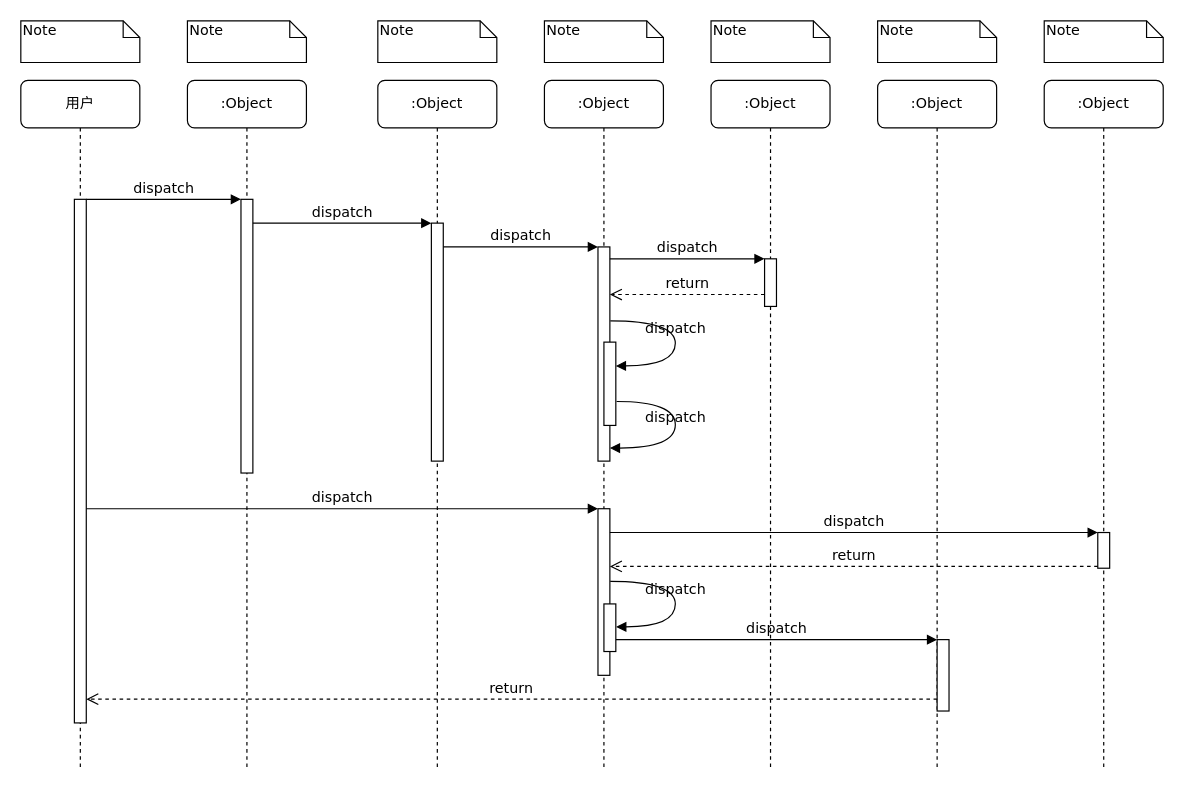
This is Untitled Diagram.drawio from makewheels/diagrams.net, a draw.io file, before an edit. Source tidied: cells renumbered, new cells numbered last; positions are measured from the earlier drawing's top-left corner, leaving out a move shared by most shapes. Both pictures are drawn from the tidied source at 119%, with x=0, y=0 at pixel (20, 20).
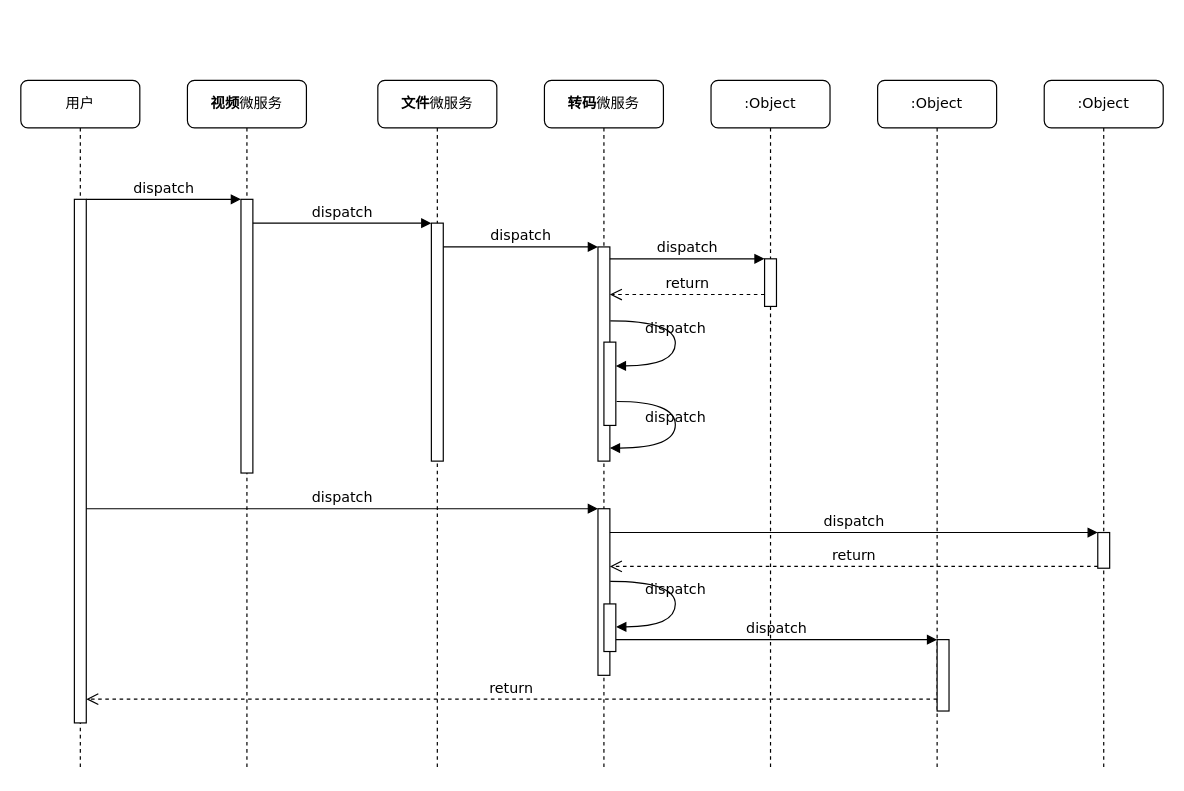
The same page after the edit.

Diff of the diagram source:
```diff
@@
-    <mxCell id="2" value=":Object" style="shape=umlLifeline;perimeter=lifelinePerimeter;whiteSpace=wrap;html=1;rounded=1;shadow=0;comic=0;labelBackgroundColor=none;strokeWidth=1;fontFamily=Verdana;fontSize=12;align=center;" parent="1" vertex="1">
+    <mxCell id="2" value="&lt;b&gt;视频&lt;/b&gt;微服务" style="shape=umlLifeline;perimeter=lifelinePerimeter;whiteSpace=wrap;html=1;rounded=1;shadow=0;comic=0;labelBackgroundColor=none;strokeWidth=1;fontFamily=Verdana;fontSize=12;align=center;" parent="1" vertex="1">
       <mxGeometry x="140" y="50" width="100" height="580" as="geometry" />
     </mxCell>
@@
-    <mxCell id="4" value=":Object" style="shape=umlLifeline;perimeter=lifelinePerimeter;whiteSpace=wrap;html=1;rounded=1;shadow=0;comic=0;labelBackgroundColor=none;strokeWidth=1;fontFamily=Verdana;fontSize=12;align=center;" parent="1" vertex="1">
+    <mxCell id="4" value="&lt;b&gt;文件&lt;/b&gt;微服务" style="shape=umlLifeline;perimeter=lifelinePerimeter;whiteSpace=wrap;html=1;rounded=1;shadow=0;comic=0;labelBackgroundColor=none;strokeWidth=1;fontFamily=Verdana;fontSize=12;align=center;" parent="1" vertex="1">
       <mxGeometry x="300" y="50" width="100" height="580" as="geometry" />
     </mxCell>
@@
-    <mxCell id="6" value=":Object" style="shape=umlLifeline;perimeter=lifelinePerimeter;whiteSpace=wrap;html=1;rounded=1;shadow=0;comic=0;labelBackgroundColor=none;strokeWidth=1;fontFamily=Verdana;fontSize=12;align=center;" parent="1" vertex="1">
+    <mxCell id="6" value="&lt;b&gt;转码&lt;/b&gt;微服务" style="shape=umlLifeline;perimeter=lifelinePerimeter;whiteSpace=wrap;html=1;rounded=1;shadow=0;comic=0;labelBackgroundColor=none;strokeWidth=1;fontFamily=Verdana;fontSize=12;align=center;" parent="1" vertex="1">
       <mxGeometry x="440" y="50" width="100" height="580" as="geometry" />
     </mxCell>
@@
-    <mxCell id="32" value="Note" style="shape=note;whiteSpace=wrap;html=1;size=14;verticalAlign=top;align=left;spacingTop=-6;rounded=0;shadow=0;comic=0;labelBackgroundColor=none;strokeWidth=1;fontFamily=Verdana;fontSize=12;" parent="1" vertex="1">
-      <mxGeometry width="100" height="35" as="geometry" />
-    </mxCell>
-    <mxCell id="33" value="Note" style="shape=note;whiteSpace=wrap;html=1;size=14;verticalAlign=top;align=left;spacingTop=-6;rounded=0;shadow=0;comic=0;labelBackgroundColor=none;strokeWidth=1;fontFamily=Verdana;fontSize=12;" parent="1" vertex="1">
-      <mxGeometry x="140" width="100" height="35" as="geometry" />
-    </mxCell>
-    <mxCell id="34" value="Note" style="shape=note;whiteSpace=wrap;html=1;size=14;verticalAlign=top;align=left;spacingTop=-6;rounded=0;shadow=0;comic=0;labelBackgroundColor=none;strokeWidth=1;fontFamily=Verdana;fontSize=12;" parent="1" vertex="1">
-      <mxGeometry x="300" width="100" height="35" as="geometry" />
-    </mxCell>
-    <mxCell id="35" value="Note" style="shape=note;whiteSpace=wrap;html=1;size=14;verticalAlign=top;align=left;spacingTop=-6;rounded=0;shadow=0;comic=0;labelBackgroundColor=none;strokeWidth=1;fontFamily=Verdana;fontSize=12;" parent="1" vertex="1">
-      <mxGeometry x="440" width="100" height="35" as="geometry" />
-    </mxCell>
-    <mxCell id="36" value="Note" style="shape=note;whiteSpace=wrap;html=1;size=14;verticalAlign=top;align=left;spacingTop=-6;rounded=0;shadow=0;comic=0;labelBackgroundColor=none;strokeWidth=1;fontFamily=Verdana;fontSize=12;" parent="1" vertex="1">
-      <mxGeometry x="580" width="100" height="35" as="geometry" />
-    </mxCell>
-    <mxCell id="37" value="Note" style="shape=note;whiteSpace=wrap;html=1;size=14;verticalAlign=top;align=left;spacingTop=-6;rounded=0;shadow=0;comic=0;labelBackgroundColor=none;strokeWidth=1;fontFamily=Verdana;fontSize=12;" parent="1" vertex="1">
-      <mxGeometry x="720" width="100" height="35" as="geometry" />
-    </mxCell>
-    <mxCell id="38" value="Note" style="shape=note;whiteSpace=wrap;html=1;size=14;verticalAlign=top;align=left;spacingTop=-6;rounded=0;shadow=0;comic=0;labelBackgroundColor=none;strokeWidth=1;fontFamily=Verdana;fontSize=12;" parent="1" vertex="1">
-      <mxGeometry x="860" width="100" height="35" as="geometry" />
-    </mxCell>
```
